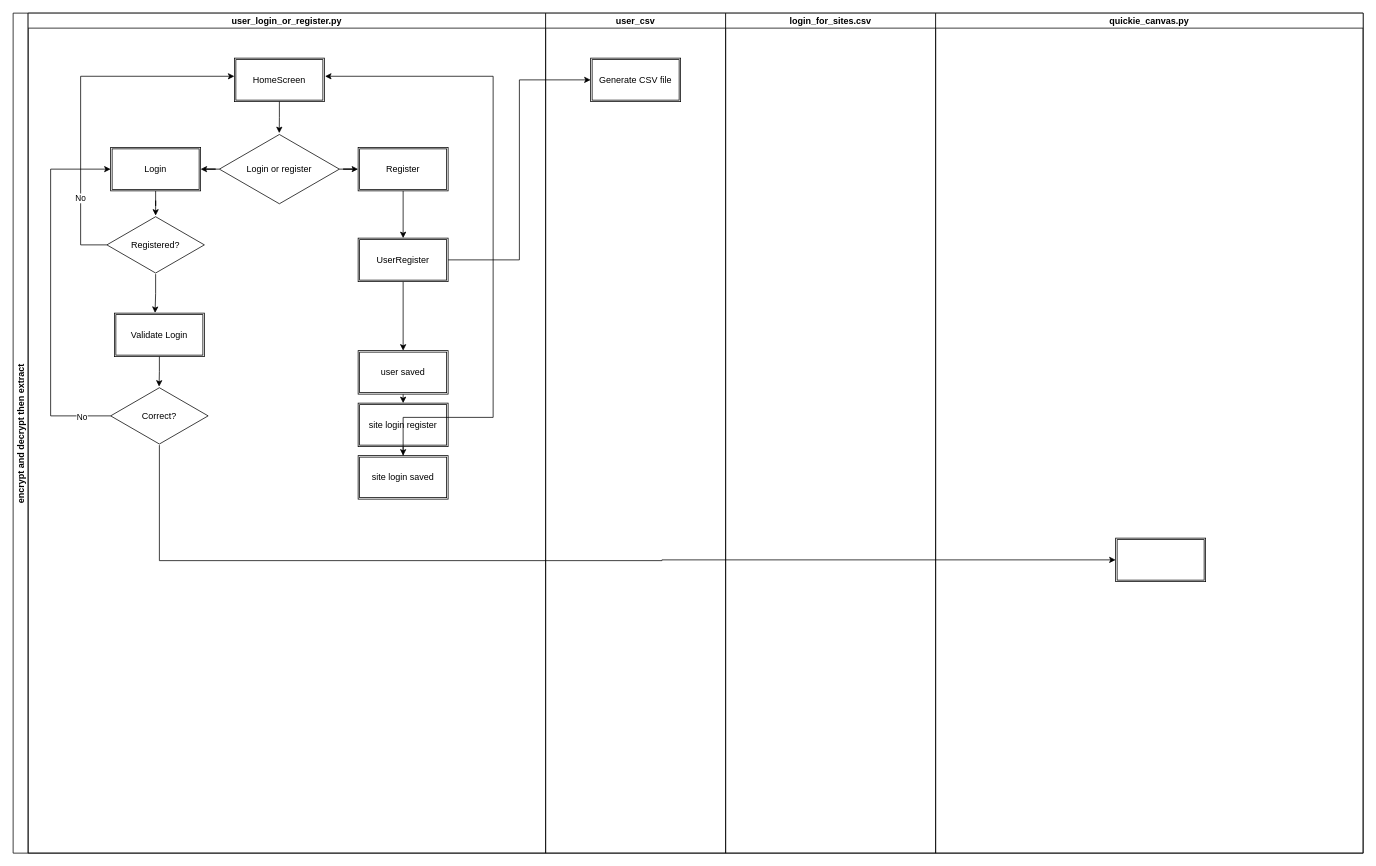
This is pow.scripts/QuickiePow/build/Untitled Diagram.drawio from Jubibani/Automation, a draw.io file, before an edit. Source tidied: cells renumbered, new cells numbered last; positions are measured from the earlier drawing's top-left corner, leaving out a move shared by most shapes. Both pictures are drawn from the tidied source at 75%, with x=0, y=0 at pixel (13, 13).
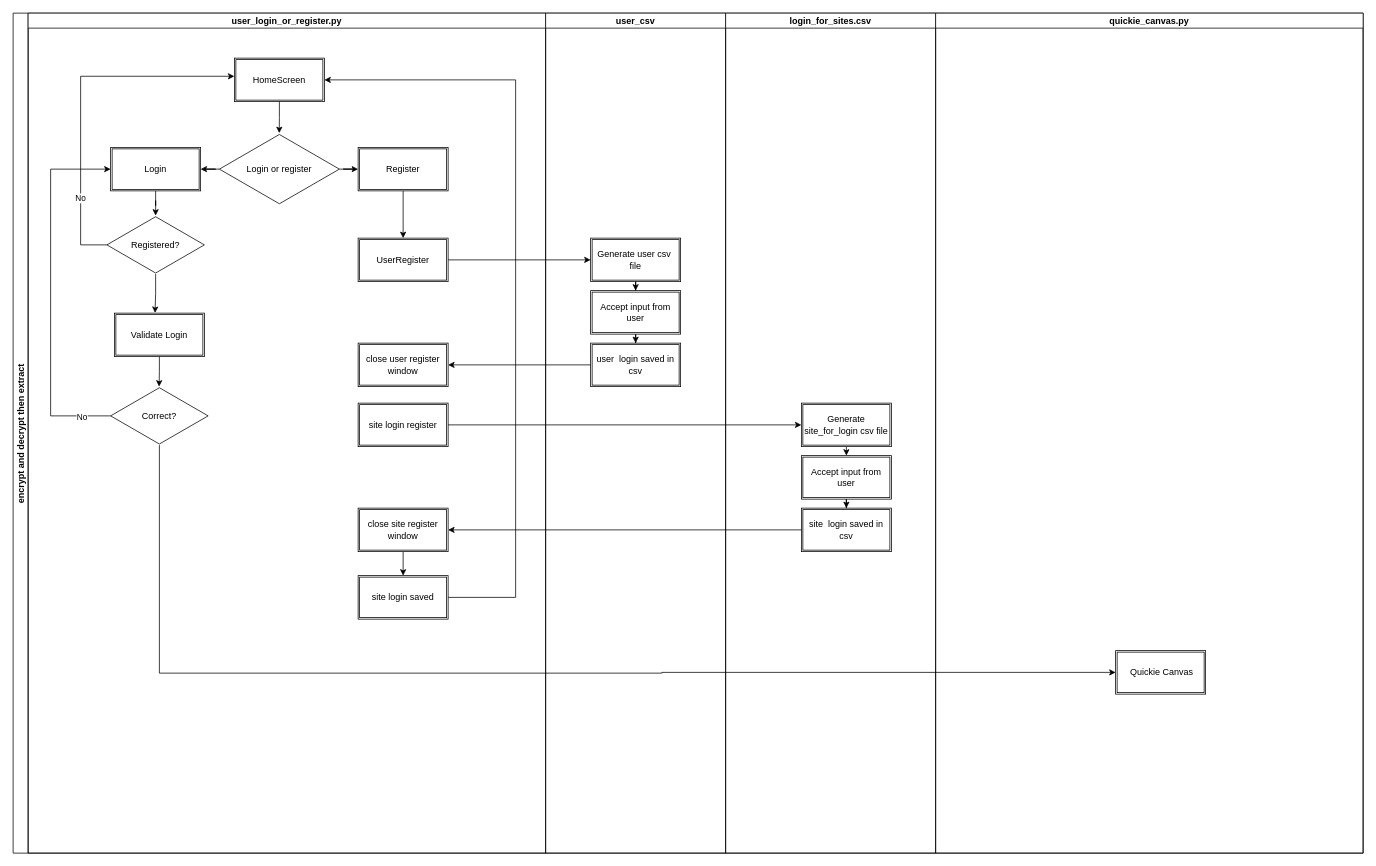
The same diagram, later.

Unchanged cells that the change refers to:
```xml
<mxCell id="2" value="encrypt and decrypt then extract" style="swimlane;startSize=20;horizontal=0;" parent="1" vertex="1">
  <mxGeometry width="1800" height="1120" as="geometry" />
</mxCell>
<mxCell id="3" value="user_login_or_register.py" style="swimlane;startSize=20;" parent="2" vertex="1">
  <mxGeometry x="20" width="690" height="1120" as="geometry" />
</mxCell>
<mxCell id="12" value="UserRegister" style="shape=ext;double=1;rounded=0;whiteSpace=wrap;html=1;" parent="3" vertex="1">
  <mxGeometry x="440" y="300" width="120" height="58" as="geometry" />
</mxCell>
<mxCell id="14" value="site login register" style="shape=ext;double=1;rounded=0;whiteSpace=wrap;html=1;" parent="3" vertex="1">
  <mxGeometry x="440" y="520" width="120" height="58" as="geometry" />
</mxCell>
<mxCell id="18" value="HomeScreen" style="shape=ext;double=1;rounded=0;whiteSpace=wrap;html=1;" parent="3" vertex="1">
  <mxGeometry x="275" y="60" width="120" height="58" as="geometry" />
</mxCell>
<mxCell id="28" value="Correct?" style="html=1;whiteSpace=wrap;shape=isoRectangle;" parent="3" vertex="1">
  <mxGeometry x="110" y="498" width="130" height="78" as="geometry" />
</mxCell>
<mxCell id="30" value="user_csv" style="swimlane;startSize=20;" parent="2" vertex="1">
  <mxGeometry x="710" width="240" height="1120" as="geometry" />
</mxCell>
<mxCell id="32" value="login_for_sites.csv" style="swimlane;startSize=20;" parent="2" vertex="1">
  <mxGeometry x="950" width="280" height="1120" as="geometry" />
</mxCell>
<mxCell id="33" value="quickie_canvas.py" style="swimlane;startSize=20;" parent="2" vertex="1">
  <mxGeometry x="1230" width="570" height="1120" as="geometry" />
</mxCell>
```

Change to the diagram source:
```diff
@@
-    <mxCell id="11" style="edgeStyle=orthogonalEdgeStyle;rounded=0;jettySize=auto;html=1;exitX=0.5;exitY=1;exitDx=0;exitDy=0;entryX=0.5;entryY=0;entryDx=0;entryDy=0;" parent="3" edge="1" source="12" target="16">
-      <mxGeometry relative="1" as="geometry" />
-    </mxCell>
@@
-    <mxCell id="13" style="edgeStyle=orthogonalEdgeStyle;rounded=0;jettySize=auto;html=1;exitX=0.5;exitY=1;exitDx=0;exitDy=0;entryX=0.5;entryY=0;entryDx=0;entryDy=0;" parent="3" edge="1" source="14" target="17">
-      <mxGeometry relative="1" as="geometry" />
-    </mxCell>
@@
-    <mxCell id="15" style="edgeStyle=orthogonalEdgeStyle;rounded=0;jettySize=auto;html=1;exitX=0.5;exitY=1;exitDx=0;exitDy=0;entryX=0.5;entryY=0;entryDx=0;entryDy=0;" parent="3" edge="1" source="16" target="14">
-      <mxGeometry relative="1" as="geometry" />
-    </mxCell>
-    <mxCell id="16" value="user saved" style="shape=ext;double=1;rounded=0;whiteSpace=wrap;html=1;" parent="3" vertex="1">
-      <mxGeometry x="440" y="450" width="120" height="58" as="geometry" />
-    </mxCell>
+    <mxCell id="21" style="edgeStyle=orthogonalEdgeStyle;rounded=0;jettySize=auto;html=1;entryX=1;entryY=0.5;entryDx=0;entryDy=0;" parent="3" edge="1" source="17" target="18">
+      <mxGeometry relative="1" as="geometry">
+        <Array as="points">
+          <mxPoint x="650" y="779" />
+          <mxPoint x="650" y="89" />
+        </Array>
+      </mxGeometry>
+    </mxCell>
     <mxCell id="17" value="site login saved" style="shape=ext;double=1;rounded=0;whiteSpace=wrap;html=1;" parent="3" vertex="1">
-      <mxGeometry x="440" y="590" width="120" height="58" as="geometry" />
+      <mxGeometry x="440" y="750" width="120" height="58" as="geometry" />
     </mxCell>
@@
-    <mxCell id="21" style="edgeStyle=orthogonalEdgeStyle;rounded=0;jettySize=auto;html=1;entryX=1.007;entryY=0.417;entryDx=0;entryDy=0;entryPerimeter=0;" parent="3" edge="1" source="17" target="18">
-      <mxGeometry relative="1" as="geometry">
-        <Array as="points">
-          <mxPoint x="620" y="539" />
-          <mxPoint x="620" y="84" />
-        </Array>
-      </mxGeometry>
-    </mxCell>
@@
+    <mxCell id="37" value="close user register window" style="shape=ext;double=1;rounded=0;whiteSpace=wrap;html=1;" parent="3" vertex="1">
+      <mxGeometry x="440" y="440" width="120" height="58" as="geometry" />
+    </mxCell>
+    <mxCell id="38" style="edgeStyle=orthogonalEdgeStyle;rounded=0;jettySize=auto;html=1;exitX=0.5;exitY=1;exitDx=0;exitDy=0;entryX=0.5;entryY=0;entryDx=0;entryDy=0;" parent="3" edge="1" source="39" target="17">
+      <mxGeometry relative="1" as="geometry" />
+    </mxCell>
+    <mxCell id="39" value="close site register window" style="shape=ext;double=1;rounded=0;whiteSpace=wrap;html=1;" parent="3" vertex="1">
+      <mxGeometry x="440" y="660" width="120" height="58" as="geometry" />
+    </mxCell>
@@
+    <mxCell id="40" style="edgeStyle=orthogonalEdgeStyle;rounded=0;jettySize=auto;html=1;exitX=0.5;exitY=1;exitDx=0;exitDy=0;" parent="30" edge="1" source="31" target="16">
+      <mxGeometry relative="1" as="geometry" />
+    </mxCell>
-    <mxCell id="31" value="Generate CSV file" style="shape=ext;double=1;rounded=0;whiteSpace=wrap;html=1;" parent="30" vertex="1">
-      <mxGeometry x="60" y="60" width="120" height="58" as="geometry" />
+    <mxCell id="31" value="Generate user csv&amp;nbsp; file" style="shape=ext;double=1;rounded=0;whiteSpace=wrap;html=1;" parent="30" vertex="1">
+      <mxGeometry x="60" y="300" width="120" height="58" as="geometry" />
     </mxCell>
+    <mxCell id="41" style="edgeStyle=orthogonalEdgeStyle;rounded=0;jettySize=auto;html=1;exitX=0.5;exitY=1;exitDx=0;exitDy=0;" parent="30" edge="1" source="16" target="42">
+      <mxGeometry relative="1" as="geometry" />
+    </mxCell>
+    <mxCell id="16" value="Accept input from user" style="shape=ext;double=1;rounded=0;whiteSpace=wrap;html=1;" parent="30" vertex="1">
+      <mxGeometry x="60" y="370" width="120" height="58" as="geometry" />
+    </mxCell>
+    <mxCell id="42" value="user&amp;nbsp; login saved in csv" style="shape=ext;double=1;rounded=0;whiteSpace=wrap;html=1;" parent="30" vertex="1">
+      <mxGeometry x="60" y="440" width="120" height="58" as="geometry" />
+    </mxCell>
@@
+    <mxCell id="43" style="edgeStyle=orthogonalEdgeStyle;rounded=0;jettySize=auto;html=1;exitX=0.5;exitY=1;exitDx=0;exitDy=0;entryX=0.5;entryY=0;entryDx=0;entryDy=0;" parent="32" edge="1" source="44" target="46">
+      <mxGeometry relative="1" as="geometry" />
+    </mxCell>
+    <mxCell id="44" value="Generate site_for_login csv file" style="shape=ext;double=1;rounded=0;whiteSpace=wrap;html=1;" parent="32" vertex="1">
+      <mxGeometry x="101" y="520" width="120" height="58" as="geometry" />
+    </mxCell>
+    <mxCell id="45" style="edgeStyle=orthogonalEdgeStyle;rounded=0;jettySize=auto;html=1;exitX=0.5;exitY=1;exitDx=0;exitDy=0;" parent="32" edge="1" source="46" target="47">
+      <mxGeometry relative="1" as="geometry" />
+    </mxCell>
+    <mxCell id="46" value="Accept input from user" style="shape=ext;double=1;rounded=0;whiteSpace=wrap;html=1;" parent="32" vertex="1">
+      <mxGeometry x="101" y="590" width="120" height="58" as="geometry" />
+    </mxCell>
+    <mxCell id="47" value="site&amp;nbsp; login saved in csv" style="shape=ext;double=1;rounded=0;whiteSpace=wrap;html=1;" parent="32" vertex="1">
+      <mxGeometry x="101" y="660" width="120" height="58" as="geometry" />
+    </mxCell>
@@
-    <mxCell id="34" value="&amp;nbsp;" style="shape=ext;double=1;rounded=0;whiteSpace=wrap;html=1;" parent="33" vertex="1">
-      <mxGeometry x="240" y="700" width="120" height="58" as="geometry" />
+    <mxCell id="34" value="&amp;nbsp;Quickie Canvas" style="shape=ext;double=1;rounded=0;whiteSpace=wrap;html=1;" parent="33" vertex="1">
+      <mxGeometry x="240" y="850" width="120" height="58" as="geometry" />
     </mxCell>
+    <mxCell id="36" style="edgeStyle=orthogonalEdgeStyle;rounded=0;jettySize=auto;html=1;exitX=1;exitY=0.5;exitDx=0;exitDy=0;entryX=0;entryY=0.5;entryDx=0;entryDy=0;" parent="2" edge="1" source="12" target="31">
+      <mxGeometry relative="1" as="geometry" />
+    </mxCell>
+    <mxCell id="48" style="edgeStyle=orthogonalEdgeStyle;rounded=0;jettySize=auto;html=1;exitX=0;exitY=0.5;exitDx=0;exitDy=0;" parent="2" edge="1" source="42" target="37">
+      <mxGeometry relative="1" as="geometry" />
+    </mxCell>
+    <mxCell id="49" style="edgeStyle=orthogonalEdgeStyle;rounded=0;jettySize=auto;html=1;exitX=1;exitY=0.5;exitDx=0;exitDy=0;" parent="2" edge="1" source="14" target="44">
+      <mxGeometry relative="1" as="geometry" />
+    </mxCell>
+    <mxCell id="50" style="edgeStyle=orthogonalEdgeStyle;rounded=0;jettySize=auto;html=1;exitX=0;exitY=0.5;exitDx=0;exitDy=0;" parent="2" edge="1" source="47" target="39">
+      <mxGeometry relative="1" as="geometry" />
+    </mxCell>
     <mxCell id="35" style="edgeStyle=orthogonalEdgeStyle;rounded=0;jettySize=auto;html=1;entryX=0;entryY=0.5;entryDx=0;entryDy=0;" parent="2" edge="1" source="28" target="34">
       <mxGeometry relative="1" as="geometry">
         <Array as="points">
-          <mxPoint x="195" y="730" />
-          <mxPoint x="865" y="730" />
-          <mxPoint x="865" y="729" />
+          <mxPoint x="195" y="880" />
+          <mxPoint x="865" y="880" />
+          <mxPoint x="865" y="879" />
         </Array>
       </mxGeometry>
     </mxCell>
-    <mxCell id="36" style="edgeStyle=orthogonalEdgeStyle;rounded=0;jettySize=auto;html=1;exitX=1;exitY=0.5;exitDx=0;exitDy=0;entryX=0;entryY=0.5;entryDx=0;entryDy=0;" parent="2" edge="1" source="12" target="31">
-      <mxGeometry relative="1" as="geometry" />
-    </mxCell>
```
